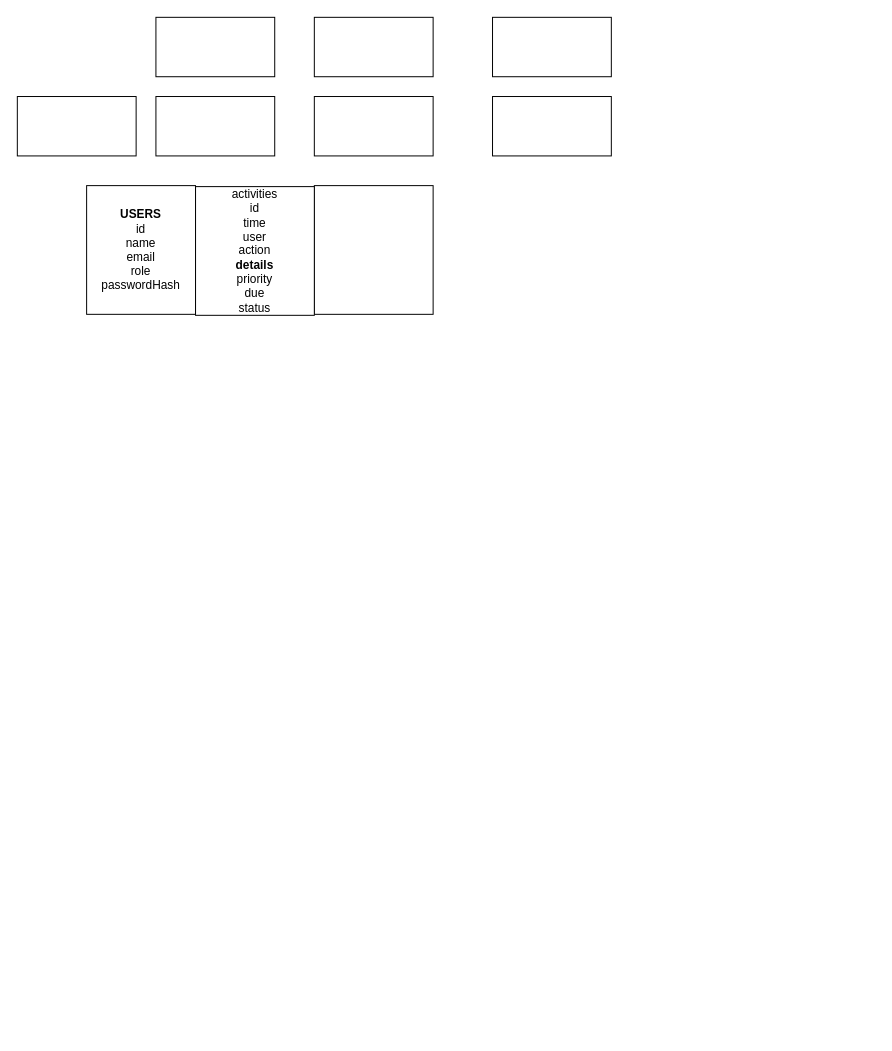
Justkim030/Moducare keeps this draw.io diagram as design/design.drawio. Above is the earlier version. Source tidied: cells renumbered, new cells numbered last; positions are measured from the earlier drawing's top-left corner, leaving out a move shared by most shapes. Both pictures are drawn from the tidied source at 99%, with x=0, y=0 at pixel (17, 17).
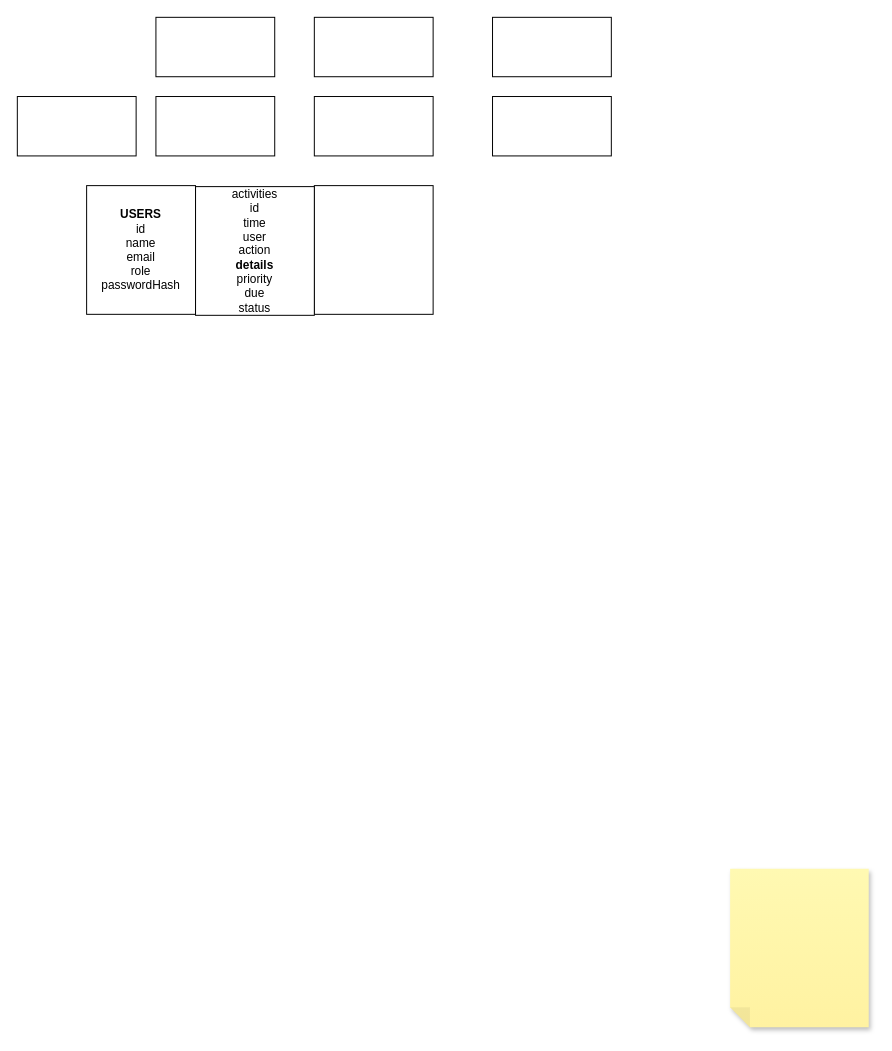
Above is the later version.

Change to the diagram source:
```diff
@@
+    <mxCell id="12" style="edgeStyle=none;html=1;exitX=1;exitY=0.5;exitDx=0;exitDy=0;entryX=0.5;entryY=0;entryDx=0;entryDy=0;" parent="1" edge="1">
+      <mxGeometry relative="1" as="geometry">
+        <Array as="points">
+          <mxPoint x="1740" y="730" />
+          <mxPoint x="1740" y="160" />
+          <mxPoint x="1215" y="160" />
+        </Array>
+      </mxGeometry>
+    </mxCell>
+    <mxCell id="13" style="edgeStyle=none;html=1;exitX=0.5;exitY=0;exitDx=0;exitDy=0;entryX=1;entryY=0.5;entryDx=0;entryDy=0;" parent="1" edge="1">
+      <mxGeometry relative="1" as="geometry">
+        <Array as="points">
+          <mxPoint x="1500" y="610" />
+          <mxPoint x="1650" y="610" />
+          <mxPoint x="1650" y="270" />
+        </Array>
+      </mxGeometry>
+    </mxCell>
+    <mxCell id="14" style="edgeStyle=none;html=1;exitX=1;exitY=0.5;exitDx=0;exitDy=0;entryX=0.75;entryY=1;entryDx=0;entryDy=0;" parent="1" edge="1">
+      <mxGeometry relative="1" as="geometry">
+        <Array as="points">
+          <mxPoint x="1140" y="815" />
+          <mxPoint x="1140" y="610" />
+          <mxPoint x="1243" y="610" />
+        </Array>
+      </mxGeometry>
+    </mxCell>
+    <mxCell id="15" style="shape=note;whiteSpace=wrap;html=1;backgroundOutline=1;fontColor=#000000;darkOpacity=0.05;fillColor=#FFF9B2;strokeColor=none;fillStyle=solid;direction=west;gradientDirection=north;gradientColor=#FFF2A1;shadow=1;size=20;" parent="1" vertex="1">
+      <mxGeometry x="720" y="860" width="140" height="160" as="geometry" />
+    </mxCell>
```
